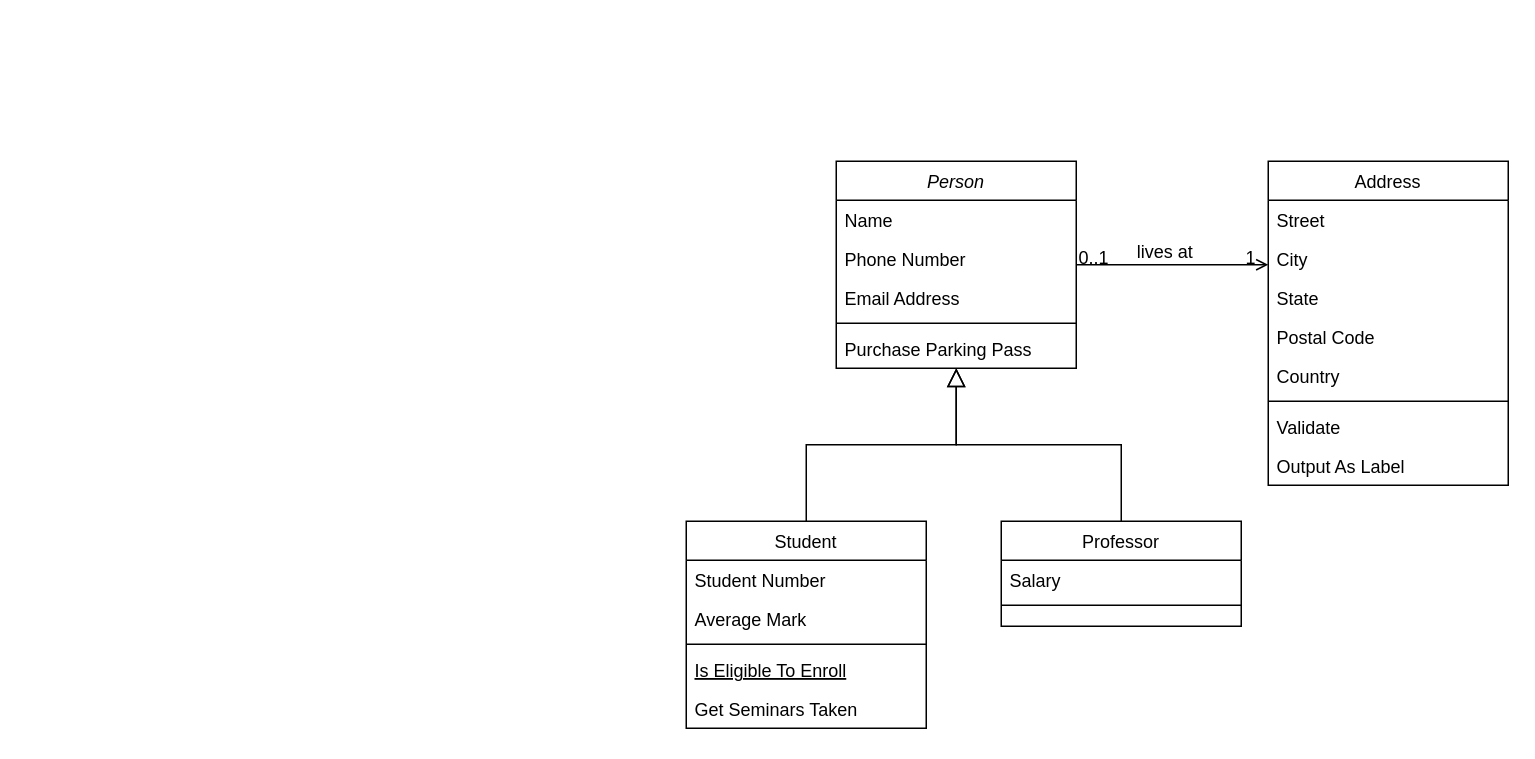
Earlier version of the draw.io diagram Untitled Diagram.drawio (a130091450/test_repos). Source tidied: cells renumbered, new cells numbered last; positions are measured from the earlier drawing's top-left corner, leaving out a move shared by most shapes. Both pictures are drawn from the tidied source at 150%, with x=0, y=0 at pixel (686, 160).
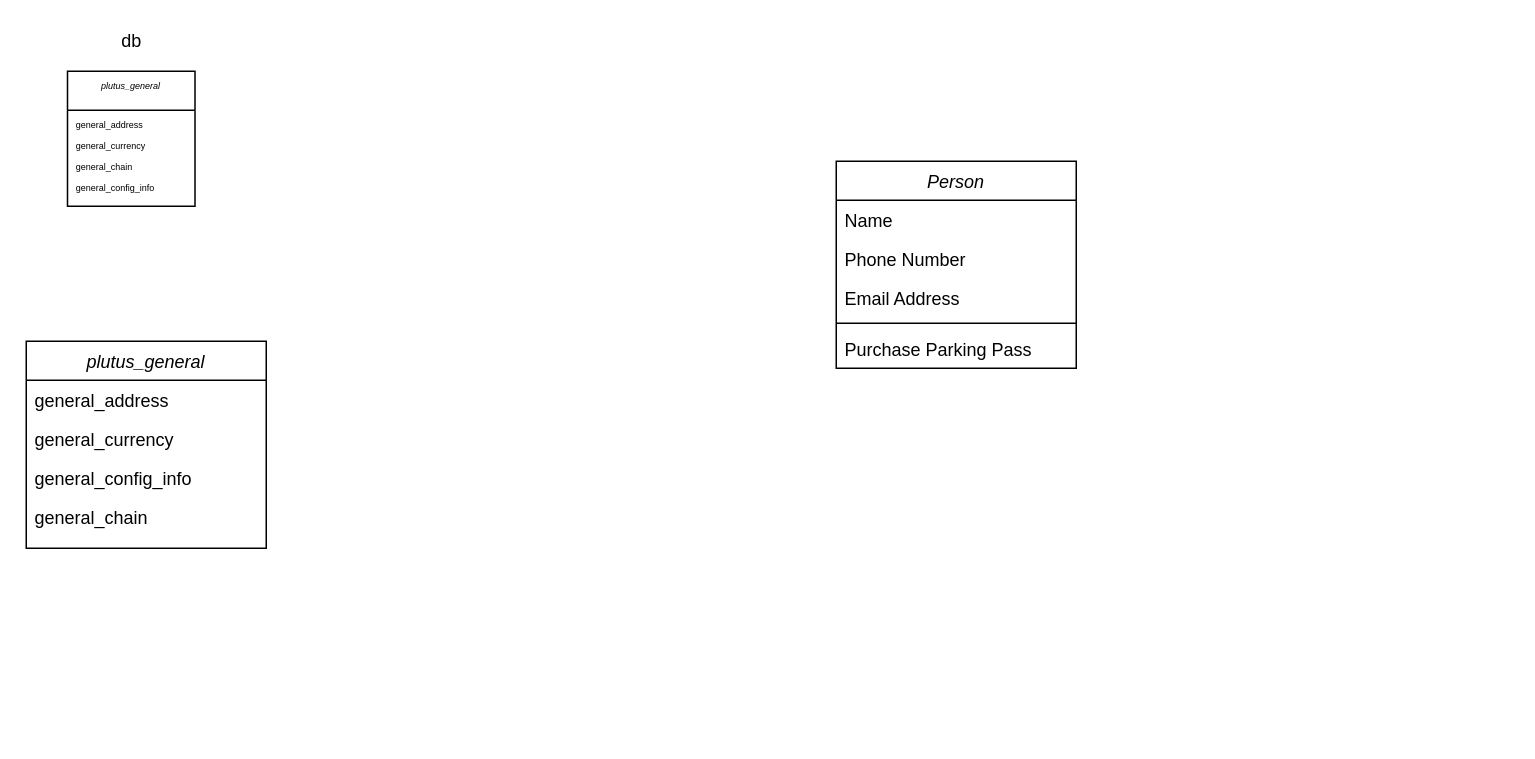
Above is the later version.

Unchanged cells that the change refers to:
```xml
<mxCell id="2" value="Person" style="swimlane;fontStyle=2;align=center;verticalAlign=top;horizontal=1;startSize=26;rounded=0;shadow=0;strokeWidth=1;" parent="1" vertex="1">
  <mxGeometry x="100" width="160" height="138" as="geometry" />
</mxCell>
```

Change to the diagram source:
```diff
@@
-    <mxCell id="8" value="Student" style="swimlane;fontStyle=0;align=center;verticalAlign=top;horizontal=1;startSize=26;rounded=0;shadow=0;strokeWidth=1;" parent="1" vertex="1">
-      <mxGeometry y="240" width="160" height="138" as="geometry" />
-    </mxCell>
-    <mxCell id="9" value="Student Number" style="text;align=left;verticalAlign=top;spacingLeft=4;spacingRight=4;overflow=hidden;" parent="8" vertex="1">
-      <mxGeometry y="26" width="160" height="26" as="geometry" />
-    </mxCell>
-    <mxCell id="10" value="Average Mark" style="text;align=left;verticalAlign=top;spacingLeft=4;spacingRight=4;overflow=hidden;rounded=0;shadow=0;html=0;" parent="8" vertex="1">
-      <mxGeometry y="52" width="160" height="26" as="geometry" />
-    </mxCell>
-    <mxCell id="11" style="line;html=1;strokeWidth=1;align=left;verticalAlign=middle;spacingTop=-1;spacingLeft=3;spacingRight=3;labelPosition=right;" parent="8" vertex="1">
-      <mxGeometry y="78" width="160" height="8" as="geometry" />
-    </mxCell>
-    <mxCell id="12" value="Is Eligible To Enroll" style="text;align=left;verticalAlign=top;spacingLeft=4;spacingRight=4;overflow=hidden;fontStyle=4;" parent="8" vertex="1">
-      <mxGeometry y="86" width="160" height="26" as="geometry" />
-    </mxCell>
-    <mxCell id="13" value="Get Seminars Taken" style="text;align=left;verticalAlign=top;spacingLeft=4;spacingRight=4;overflow=hidden;" parent="8" vertex="1">
-      <mxGeometry y="112" width="160" height="26" as="geometry" />
-    </mxCell>
-    <mxCell id="14" style="endArrow=block;endSize=10;endFill=0;shadow=0;strokeWidth=1;rounded=0;edgeStyle=elbowEdgeStyle;elbow=vertical;" parent="1" edge="1" source="8" target="2">
-      <mxGeometry relative="1" as="geometry" />
-    </mxCell>
-    <mxCell id="15" value="Professor" style="swimlane;fontStyle=0;align=center;verticalAlign=top;horizontal=1;startSize=26;rounded=0;shadow=0;strokeWidth=1;" parent="1" vertex="1">
-      <mxGeometry x="210" y="240" width="160" height="70" as="geometry" />
-    </mxCell>
-    <mxCell id="16" value="Salary" style="text;align=left;verticalAlign=top;spacingLeft=4;spacingRight=4;overflow=hidden;" parent="15" vertex="1">
-      <mxGeometry y="26" width="160" height="26" as="geometry" />
-    </mxCell>
-    <mxCell id="17" style="line;html=1;strokeWidth=1;align=left;verticalAlign=middle;spacingTop=-1;spacingLeft=3;spacingRight=3;labelPosition=right;" parent="15" vertex="1">
-      <mxGeometry y="52" width="160" height="8" as="geometry" />
-    </mxCell>
-    <mxCell id="18" style="endArrow=block;endSize=10;endFill=0;shadow=0;strokeWidth=1;rounded=0;edgeStyle=elbowEdgeStyle;elbow=vertical;" parent="1" edge="1" source="15" target="2">
-      <mxGeometry relative="1" as="geometry" />
-    </mxCell>
-    <mxCell id="19" value="Address" style="swimlane;fontStyle=0;align=center;verticalAlign=top;horizontal=1;startSize=26;rounded=0;shadow=0;strokeWidth=1;" parent="1" vertex="1">
-      <mxGeometry x="388" width="160" height="216" as="geometry" />
-    </mxCell>
-    <mxCell id="20" value="Street" style="text;align=left;verticalAlign=top;spacingLeft=4;spacingRight=4;overflow=hidden;" parent="19" vertex="1">
-      <mxGeometry y="26" width="160" height="26" as="geometry" />
-    </mxCell>
-    <mxCell id="21" value="City" style="text;align=left;verticalAlign=top;spacingLeft=4;spacingRight=4;overflow=hidden;rounded=0;shadow=0;html=0;" parent="19" vertex="1">
-      <mxGeometry y="52" width="160" height="26" as="geometry" />
-    </mxCell>
-    <mxCell id="22" value="State" style="text;align=left;verticalAlign=top;spacingLeft=4;spacingRight=4;overflow=hidden;rounded=0;shadow=0;html=0;" parent="19" vertex="1">
-      <mxGeometry y="78" width="160" height="26" as="geometry" />
-    </mxCell>
-    <mxCell id="23" value="Postal Code" style="text;align=left;verticalAlign=top;spacingLeft=4;spacingRight=4;overflow=hidden;rounded=0;shadow=0;html=0;" parent="19" vertex="1">
-      <mxGeometry y="104" width="160" height="26" as="geometry" />
-    </mxCell>
-    <mxCell id="24" value="Country" style="text;align=left;verticalAlign=top;spacingLeft=4;spacingRight=4;overflow=hidden;rounded=0;shadow=0;html=0;" parent="19" vertex="1">
-      <mxGeometry y="130" width="160" height="26" as="geometry" />
-    </mxCell>
-    <mxCell id="25" style="line;html=1;strokeWidth=1;align=left;verticalAlign=middle;spacingTop=-1;spacingLeft=3;spacingRight=3;labelPosition=right;" parent="19" vertex="1">
-      <mxGeometry y="156" width="160" height="8" as="geometry" />
-    </mxCell>
-    <mxCell id="26" value="Validate" style="text;align=left;verticalAlign=top;spacingLeft=4;spacingRight=4;overflow=hidden;" parent="19" vertex="1">
-      <mxGeometry y="164" width="160" height="26" as="geometry" />
-    </mxCell>
-    <mxCell id="27" value="Output As Label" style="text;align=left;verticalAlign=top;spacingLeft=4;spacingRight=4;overflow=hidden;" parent="19" vertex="1">
-      <mxGeometry y="190" width="160" height="26" as="geometry" />
-    </mxCell>
-    <mxCell id="28" style="endArrow=open;shadow=0;strokeWidth=1;rounded=0;endFill=1;edgeStyle=elbowEdgeStyle;elbow=vertical;" parent="1" edge="1" source="2" target="19">
-      <mxGeometry x="0.5" y="41" relative="1" as="geometry">
-        <mxPoint x="-40" y="32" as="offset" />
-      </mxGeometry>
-    </mxCell>
-    <mxCell id="29" value="0..1" style="align=left;verticalAlign=bottom;labelBackgroundColor=none;fontSize=12;" parent="28" vertex="1">
-      <mxGeometry x="-1" relative="1" as="geometry">
-        <mxPoint y="4" as="offset" />
-      </mxGeometry>
-    </mxCell>
-    <mxCell id="30" value="1" style="align=right;verticalAlign=bottom;labelBackgroundColor=none;fontSize=12;" parent="28" vertex="1">
-      <mxGeometry x="1" relative="1" as="geometry">
-        <mxPoint x="-7" y="4" as="offset" />
-      </mxGeometry>
-    </mxCell>
-    <mxCell id="31" value="lives at" style="text;html=1;align=center;verticalAlign=middle;labelBackgroundColor=none;rounded=0;shadow=0;strokeWidth=1;fontSize=12;" parent="28" vertex="1">
-      <mxGeometry x="0.5" y="49" relative="1" as="geometry">
-        <mxPoint x="-38" y="40" as="offset" />
-      </mxGeometry>
-    </mxCell>
+    <mxCell id="32" value="db" style="text;html=1;align=center;verticalAlign=middle;strokeColor=none;strokeWidth=1;perimeterSpacing=1;" parent="1" vertex="1">
+      <mxGeometry x="-385" y="-90" width="30" height="20" as="geometry" />
+    </mxCell>
+    <mxCell id="33" value="plutus_general" style="swimlane;fontStyle=2;align=center;verticalAlign=top;horizontal=1;startSize=26;rounded=0;shadow=0;strokeWidth=1;perimeterSpacing=1;fontSize=6;" parent="1" vertex="1">
+      <mxGeometry x="-412.5" y="-60" width="85" height="90" as="geometry" />
+    </mxCell>
+    <mxCell id="34" value="general_address" style="text;align=left;verticalAlign=top;spacingLeft=4;spacingRight=4;overflow=hidden;strokeWidth=1;perimeterSpacing=1;fontSize=6;" parent="33" vertex="1">
+      <mxGeometry y="26" width="85" height="14" as="geometry" />
+    </mxCell>
+    <mxCell id="35" value="general_currency" style="text;align=left;verticalAlign=top;spacingLeft=4;spacingRight=4;overflow=hidden;strokeWidth=1;perimeterSpacing=1;fontSize=6;" parent="33" vertex="1">
+      <mxGeometry y="40" width="85" height="14" as="geometry" />
+    </mxCell>
+    <mxCell id="36" value="general_chain" style="text;align=left;verticalAlign=top;spacingLeft=4;spacingRight=4;overflow=hidden;strokeWidth=1;perimeterSpacing=1;fontSize=6;" parent="33" vertex="1">
+      <mxGeometry y="54" width="85" height="14" as="geometry" />
+    </mxCell>
+    <mxCell id="37" value="general_config_info" style="text;align=left;verticalAlign=top;spacingLeft=4;spacingRight=4;overflow=hidden;strokeWidth=1;perimeterSpacing=1;fontSize=6;" parent="33" vertex="1">
+      <mxGeometry y="68" width="85" height="14" as="geometry" />
+    </mxCell>
+    <mxCell id="38" value="plutus_general" style="swimlane;fontStyle=2;align=center;verticalAlign=top;horizontal=1;startSize=26;rounded=0;shadow=0;strokeWidth=1;perimeterSpacing=1;" parent="1" vertex="1">
+      <mxGeometry x="-440" y="120" width="160" height="138" as="geometry" />
+    </mxCell>
+    <mxCell id="39" value="general_address" style="text;align=left;verticalAlign=top;spacingLeft=4;spacingRight=4;overflow=hidden;strokeWidth=1;perimeterSpacing=1;" parent="38" vertex="1">
+      <mxGeometry y="26" width="160" height="26" as="geometry" />
+    </mxCell>
+    <mxCell id="40" value="general_currency" style="text;align=left;verticalAlign=top;spacingLeft=4;spacingRight=4;overflow=hidden;rounded=0;shadow=0;html=0;strokeWidth=1;perimeterSpacing=1;" parent="38" vertex="1">
+      <mxGeometry y="52" width="160" height="26" as="geometry" />
+    </mxCell>
+    <mxCell id="41" value="general_config_info" style="text;align=left;verticalAlign=top;spacingLeft=4;spacingRight=4;overflow=hidden;rounded=0;shadow=0;html=0;strokeWidth=1;perimeterSpacing=1;" parent="38" vertex="1">
+      <mxGeometry y="78" width="160" height="26" as="geometry" />
+    </mxCell>
+    <mxCell id="42" value="general_chain" style="text;align=left;verticalAlign=top;spacingLeft=4;spacingRight=4;overflow=hidden;strokeWidth=1;perimeterSpacing=1;" parent="38" vertex="1">
+      <mxGeometry y="104" width="160" height="26" as="geometry" />
+    </mxCell>
```
